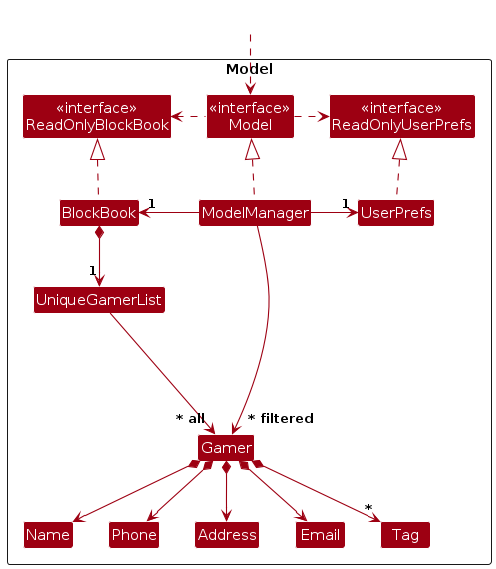
The PlantUML diagram diagrams/ModelClassDiagram.png in AY2526S2-CS2103-F13-1/tp, before a commit. Its source is kept beside it as diagrams/ModelClassDiagram.puml.
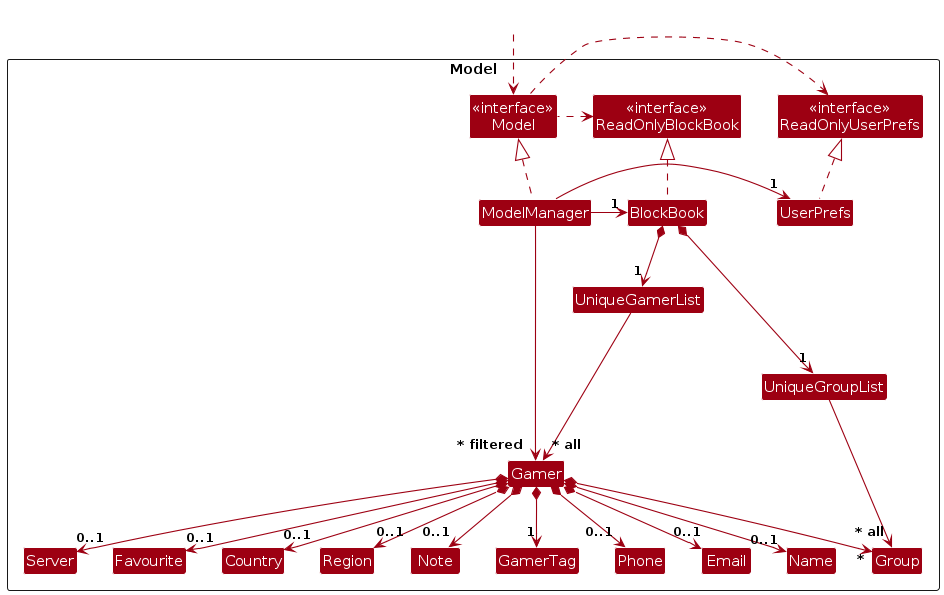
After the change.

The edit, as a diff of the source:
```diff
@@ -13,12 +13,18 @@
 Class UserPrefs
 
 Class UniqueGamerList
+Class UniqueGroupList
 Class Gamer
-Class Address
+Class GamerTag
 Class Email
 Class Name
 Class Phone
-Class Tag
+Class Group
+Class Server
+Class Favourite
+Class Country
+Class Region
+Class Note
 
 Class I #FFFFFF
 }
@@ -36,19 +42,30 @@
 UserPrefs .up.|> ReadOnlyUserPrefs
 
 BlockBook *--> "1" UniqueGamerList
+BlockBook *--> "1" UniqueGroupList
 UniqueGamerList --> "~* all" Gamer
-Gamer *--> Name
-Gamer *--> Phone
-Gamer *--> Email
-Gamer *--> Address
-Gamer *--> "*" Tag
+UniqueGroupList --> "~* all" Group
+Gamer *--> "0..1" Name
+Gamer *--> "1" GamerTag
+Gamer *--> "0..1" Phone
+Gamer *--> "0..1" Email
+Gamer *--> "0..1" Server
+Gamer *--> "0..1" Favourite
+Gamer *--> "0..1" Country
+Gamer *--> "0..1" Region
+Gamer *--> "0..1" Note
+Gamer *--> "*" Group
 
 Gamer -[hidden]up--> I
 UniqueGamerList -[hidden]right-> I
 
-Name -[hidden]right-> Phone
-Phone -[hidden]right-> Address
-Address -[hidden]right-> Email
+Name -[hidden]right-> GamerTag
+GamerTag -[hidden]right-> Phone
+Phone -[hidden]right-> Email
+Server -[hidden]right-> Favourite
+Favourite -[hidden]right-> Country
+Country -[hidden]right-> Region
+Region -[hidden]right-> Note
 
 ModelManager --> "~* filtered" Gamer
 @enduml
```
